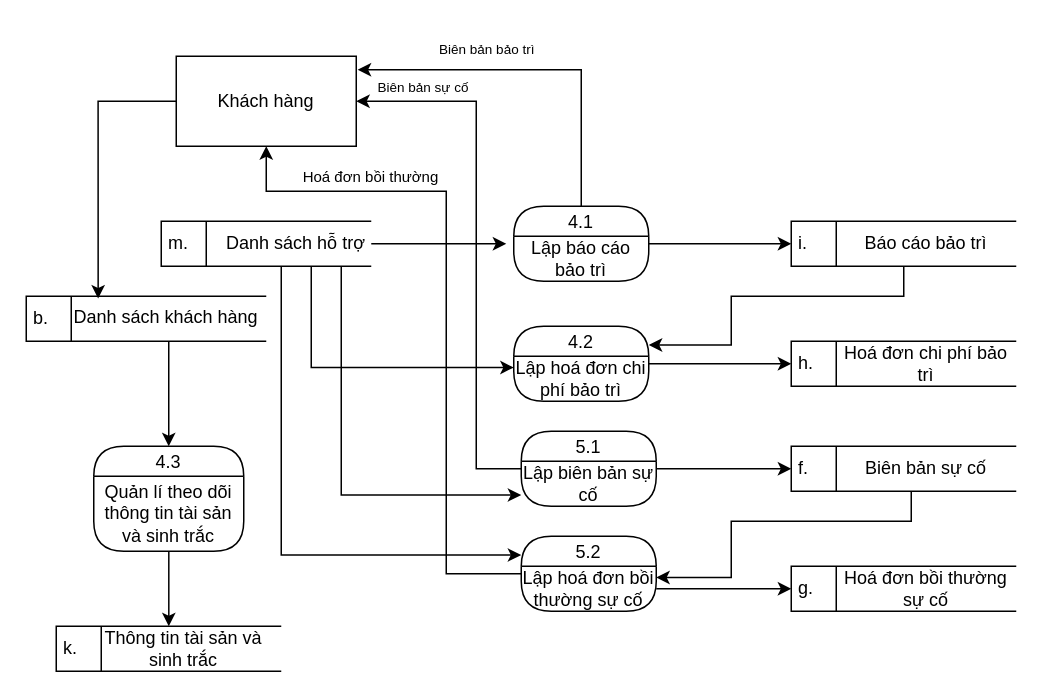
Nguyeniris123/DH22IT01OU keeps this draw.io diagram as Phân tích thiết kế hệ thống/Tuan4_5/draw.io file/QLTaiSan.drawio. Above is the earlier version. Source tidied: cells renumbered, new cells numbered last; positions are measured from the earlier drawing's top-left corner, leaving out a move shared by most shapes. Both pictures are drawn from the tidied source at 150%, with x=0, y=0 at pixel (26, 26).
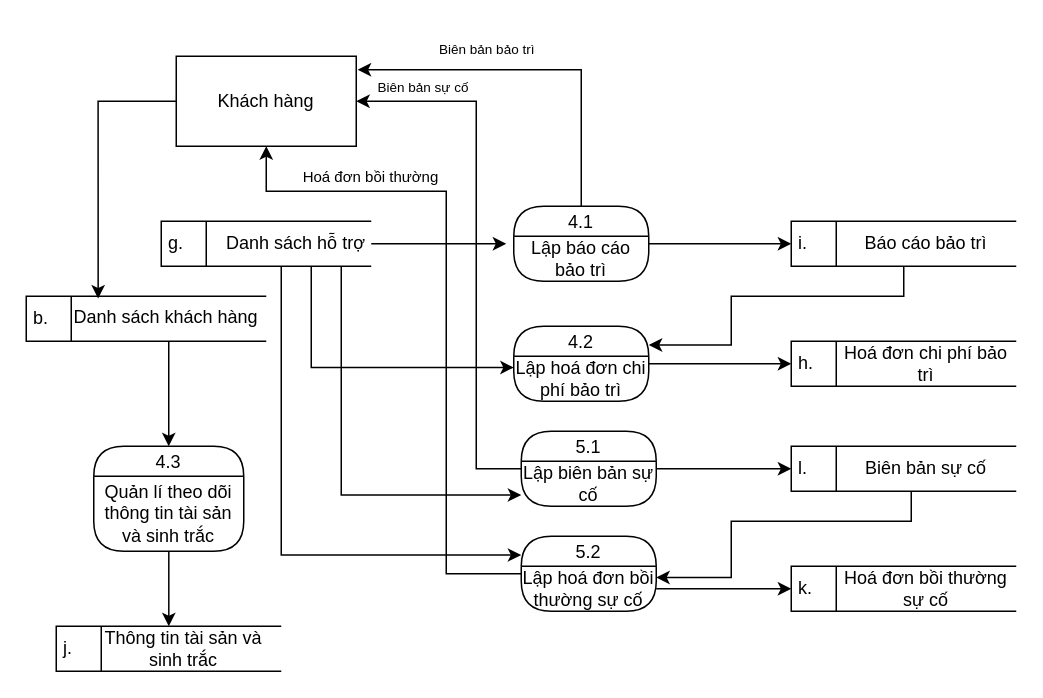
After the change.

Diff of the diagram source:
```diff
@@
-    <mxCell id="2" value="m.&amp;nbsp;" style="html=1;dashed=0;whiteSpace=wrap;shape=mxgraph.dfd.dataStoreID;align=left;spacingLeft=3;" parent="1" vertex="1">
+    <mxCell id="2" value="g." style="html=1;dashed=0;whiteSpace=wrap;shape=mxgraph.dfd.dataStoreID;align=left;spacingLeft=3;" parent="1" vertex="1">
       <mxGeometry x="90" y="130" width="140" height="30" as="geometry" />
     </mxCell>
@@
-    <mxCell id="35" value="f." style="html=1;dashed=0;whiteSpace=wrap;shape=mxgraph.dfd.dataStoreID;align=left;spacingLeft=3;points=[[0,0],[0.5,0],[1,0],[0,0.5],[1,0.5],[0,1],[0.5,1],[1,1]];" parent="1" vertex="1">
+    <mxCell id="35" value="l." style="html=1;dashed=0;whiteSpace=wrap;shape=mxgraph.dfd.dataStoreID;align=left;spacingLeft=3;points=[[0,0],[0.5,0],[1,0],[0,0.5],[1,0.5],[0,1],[0.5,1],[1,1]];" parent="1" vertex="1">
       <mxGeometry x="510" y="280" width="150" height="30" as="geometry" />
     </mxCell>
@@
-    <mxCell id="37" value="g." style="html=1;dashed=0;whiteSpace=wrap;shape=mxgraph.dfd.dataStoreID;align=left;spacingLeft=3;points=[[0,0],[0.5,0],[1,0],[0,0.5],[1,0.5],[0,1],[0.5,1],[1,1]];" parent="1" vertex="1">
+    <mxCell id="37" value="k." style="html=1;dashed=0;whiteSpace=wrap;shape=mxgraph.dfd.dataStoreID;align=left;spacingLeft=3;points=[[0,0],[0.5,0],[1,0],[0,0.5],[1,0.5],[0,1],[0.5,1],[1,1]];" parent="1" vertex="1">
       <mxGeometry x="510" y="360" width="150" height="30" as="geometry" />
     </mxCell>
@@
-    <mxCell id="40" value="k." style="html=1;dashed=0;whiteSpace=wrap;shape=mxgraph.dfd.dataStoreID;align=left;spacingLeft=3;" parent="1" vertex="1">
+    <mxCell id="40" value="j." style="html=1;dashed=0;whiteSpace=wrap;shape=mxgraph.dfd.dataStoreID;align=left;spacingLeft=3;" parent="1" vertex="1">
       <mxGeometry x="20" y="400" width="150" height="30" as="geometry" />
     </mxCell>
```
